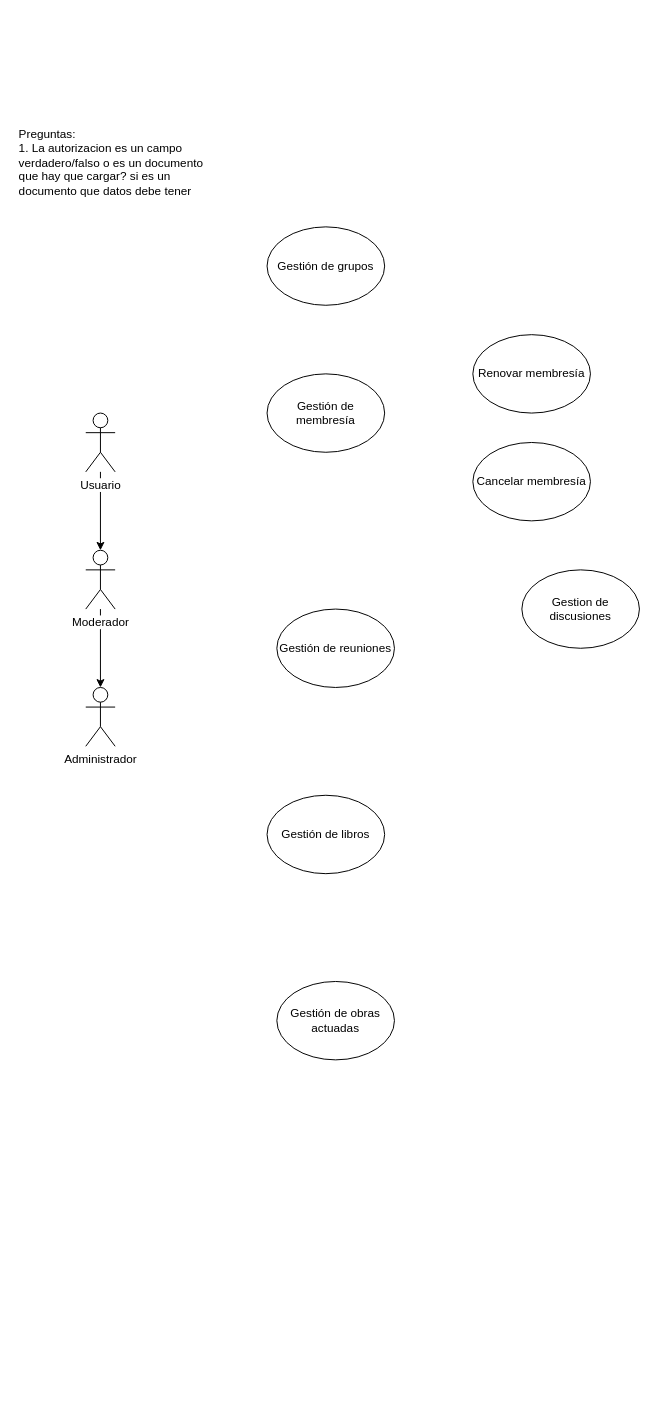
Above: RC UC.drawio in NeutronBlast/IS-Ex (draw.io), before the change. Source tidied: cells renumbered, new cells numbered last; positions are measured from the earlier drawing's top-left corner, leaving out a move shared by most shapes. Both pictures are drawn from the tidied source at 98%, with x=0, y=0 at pixel (17, 124).
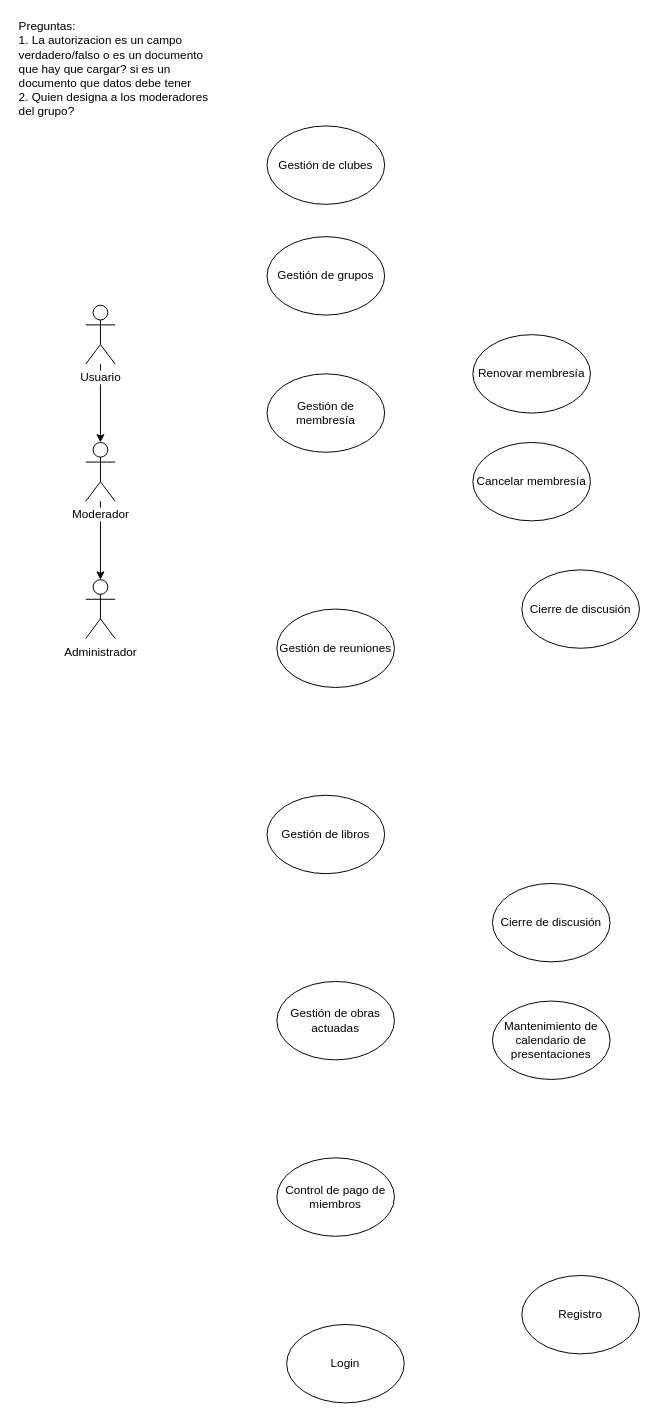
After the change.

Change to the diagram source:
```diff
@@
     <mxCell id="3" value="Usuario" style="shape=umlActor;verticalLabelPosition=bottom;labelBackgroundColor=#ffffff;verticalAlign=top;html=1;outlineConnect=0;" parent="1" vertex="1">
-      <mxGeometry x="70" y="294" width="30" height="60" as="geometry" />
+      <mxGeometry x="70" y="184" width="30" height="60" as="geometry" />
     </mxCell>
@@
     <mxCell id="5" value="Moderador" style="shape=umlActor;verticalLabelPosition=bottom;labelBackgroundColor=#ffffff;verticalAlign=top;html=1;outlineConnect=0;" parent="1" vertex="1">
-      <mxGeometry x="70" y="434" width="30" height="60" as="geometry" />
+      <mxGeometry x="70" y="324" width="30" height="60" as="geometry" />
     </mxCell>
     <mxCell id="6" value="Administrador" style="shape=umlActor;verticalLabelPosition=bottom;labelBackgroundColor=#ffffff;verticalAlign=top;html=1;outlineConnect=0;" parent="1" vertex="1">
-      <mxGeometry x="70" y="574" width="30" height="60" as="geometry" />
+      <mxGeometry x="70" y="464" width="30" height="60" as="geometry" />
     </mxCell>
     <mxCell id="7" value="Gestión de grupos" style="ellipse;whiteSpace=wrap;html=1;" parent="1" vertex="1">
-      <mxGeometry x="255" y="104" width="120" height="80" as="geometry" />
+      <mxGeometry x="255" y="114" width="120" height="80" as="geometry" />
     </mxCell>
@@
-    <mxCell id="9" value="Preguntas:&lt;br&gt;1. La autorizacion es un campo&amp;nbsp;&lt;br&gt;verdadero/falso o es un documento&lt;br&gt;que hay que cargar? si es un&lt;br&gt;documento que datos debe tener&lt;br&gt;" style="text;html=1;align=left;verticalAlign=top;spacingTop=-4;" parent="1" vertex="1">
-      <mxGeometry width="200" height="70" as="geometry" />
+    <mxCell id="9" value="Preguntas:&lt;br&gt;1. La autorizacion es un campo&amp;nbsp;&lt;br&gt;verdadero/falso o es un documento&lt;br&gt;que hay que cargar? si es un&lt;br&gt;documento que datos debe tener&lt;br&gt;2. Quien designa a los moderadores&lt;br&gt;del grupo?" style="text;html=1;align=left;verticalAlign=top;spacingTop=-4;" parent="1" vertex="1">
+      <mxGeometry y="-110" width="210" height="100" as="geometry" />
     </mxCell>
@@
-    <mxCell id="14" value="Gestion de discusiones" style="ellipse;whiteSpace=wrap;html=1;" parent="1" vertex="1">
+    <mxCell id="14" value="Cierre de discusión" style="ellipse;whiteSpace=wrap;html=1;" parent="1" vertex="1">
       <mxGeometry x="515" y="454" width="120" height="80" as="geometry" />
     </mxCell>
@@
+    <mxCell id="16" value="Cierre de discusión" style="ellipse;whiteSpace=wrap;html=1;" parent="1" vertex="1">
+      <mxGeometry x="485" y="774" width="120" height="80" as="geometry" />
+    </mxCell>
+    <mxCell id="17" value="Gestión de clubes" style="ellipse;whiteSpace=wrap;html=1;" parent="1" vertex="1">
+      <mxGeometry x="255" y="1" width="120" height="80" as="geometry" />
+    </mxCell>
+    <mxCell id="18" value="Control de pago de miembros" style="ellipse;whiteSpace=wrap;html=1;" parent="1" vertex="1">
+      <mxGeometry x="265" y="1054" width="120" height="80" as="geometry" />
+    </mxCell>
+    <mxCell id="19" value="Mantenimiento de calendario de presentaciones" style="ellipse;whiteSpace=wrap;html=1;" parent="1" vertex="1">
+      <mxGeometry x="485" y="894" width="120" height="80" as="geometry" />
+    </mxCell>
+    <mxCell id="20" value="Login" style="ellipse;whiteSpace=wrap;html=1;" parent="1" vertex="1">
+      <mxGeometry x="275" y="1224" width="120" height="80" as="geometry" />
+    </mxCell>
+    <mxCell id="21" value="Registro" style="ellipse;whiteSpace=wrap;html=1;" parent="1" vertex="1">
+      <mxGeometry x="515" y="1174" width="120" height="80" as="geometry" />
+    </mxCell>
```
